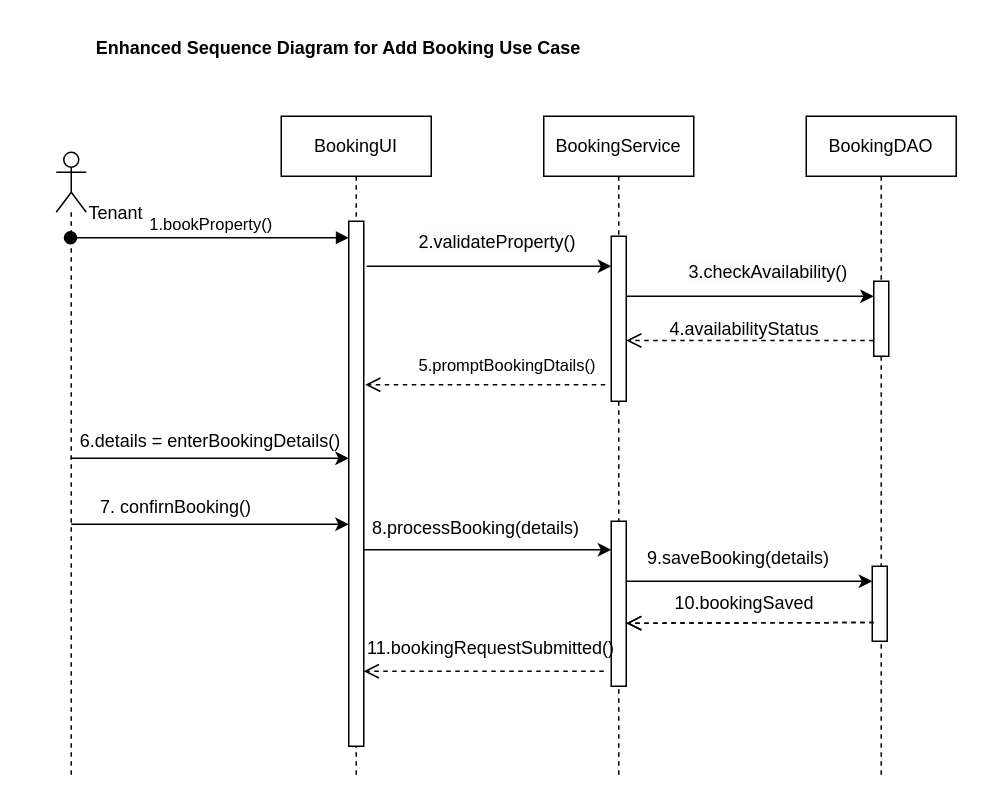
Earlier version of the draw.io diagram documentation/DesignSequenceDiagram -AddBooking.drawio (ttiweh28/real-estate-rental-system). Source tidied: cells renumbered, new cells numbered last; positions are measured from the earlier drawing's top-left corner, leaving out a move shared by most shapes. Both pictures are drawn from the tidied source at 150%, with x=0, y=0 at pixel (26, 26).
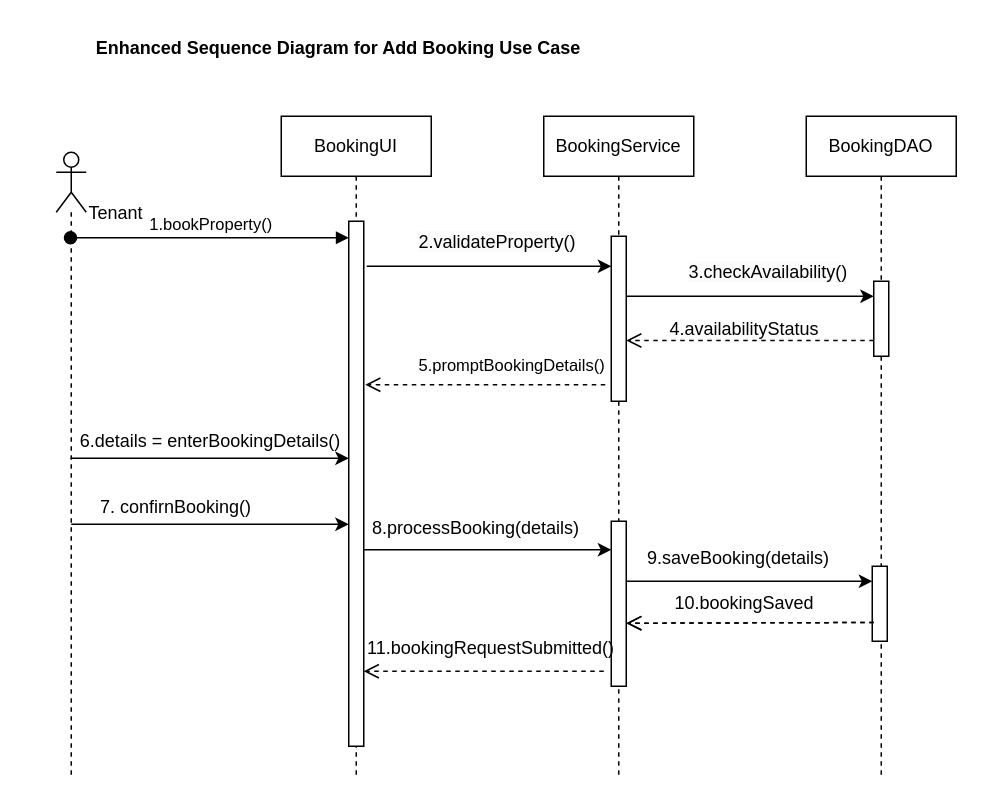
Above is the later version.

Commit message (it also covers changes not shown here):
Corrected typo in Sequence Diagrams[Analysis & Design] Add Booking Use Case

Change to the diagram source:
```diff
@@
-    <mxCell id="25" value="&lt;span style=&quot;color: rgb(0, 0, 0); font-family: Helvetica; font-size: 11px; font-style: normal; font-variant-ligatures: normal; font-variant-caps: normal; font-weight: 400; letter-spacing: normal; orphans: 2; text-align: center; text-indent: 0px; text-transform: none; widows: 2; word-spacing: 0px; -webkit-text-stroke-width: 0px; white-space: nowrap; background-color: rgb(255, 255, 255); text-decoration-thickness: initial; text-decoration-style: initial; text-decoration-color: initial; float: none; display: inline !important;&quot;&gt;5.promptBookingDtails()&lt;/span&gt;" style="text;whiteSpace=wrap;html=1;" parent="1" vertex="1">
+    <mxCell id="25" value="&lt;span style=&quot;color: rgb(0, 0, 0); font-family: Helvetica; font-size: 11px; font-style: normal; font-variant-ligatures: normal; font-variant-caps: normal; font-weight: 400; letter-spacing: normal; orphans: 2; text-align: center; text-indent: 0px; text-transform: none; widows: 2; word-spacing: 0px; -webkit-text-stroke-width: 0px; white-space: nowrap; background-color: rgb(255, 255, 255); text-decoration-thickness: initial; text-decoration-style: initial; text-decoration-color: initial; float: none; display: inline !important;&quot;&gt;5.promptBookingDetails()&lt;/span&gt;" style="text;whiteSpace=wrap;html=1;" parent="1" vertex="1">
       <mxGeometry x="260" y="212" width="150" height="40" as="geometry" />
     </mxCell>
```
